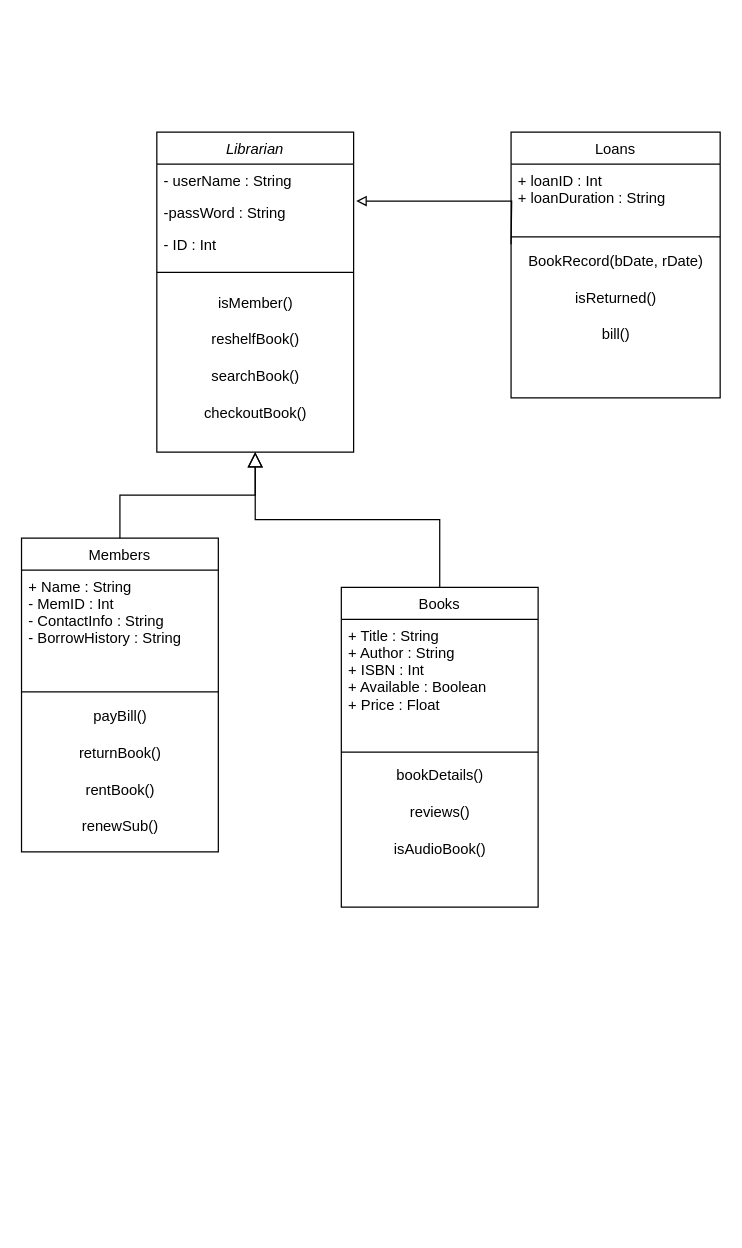
Twpendleton/ClassUMLDiagram keeps this draw.io diagram as Untitled Diagram.drawio. Above is the earlier version. Source tidied: cells renumbered, new cells numbered last; positions are measured from the earlier drawing's top-left corner, leaving out a move shared by most shapes. Both pictures are drawn from the tidied source at 123%, with x=0, y=0 at pixel (21, 132).
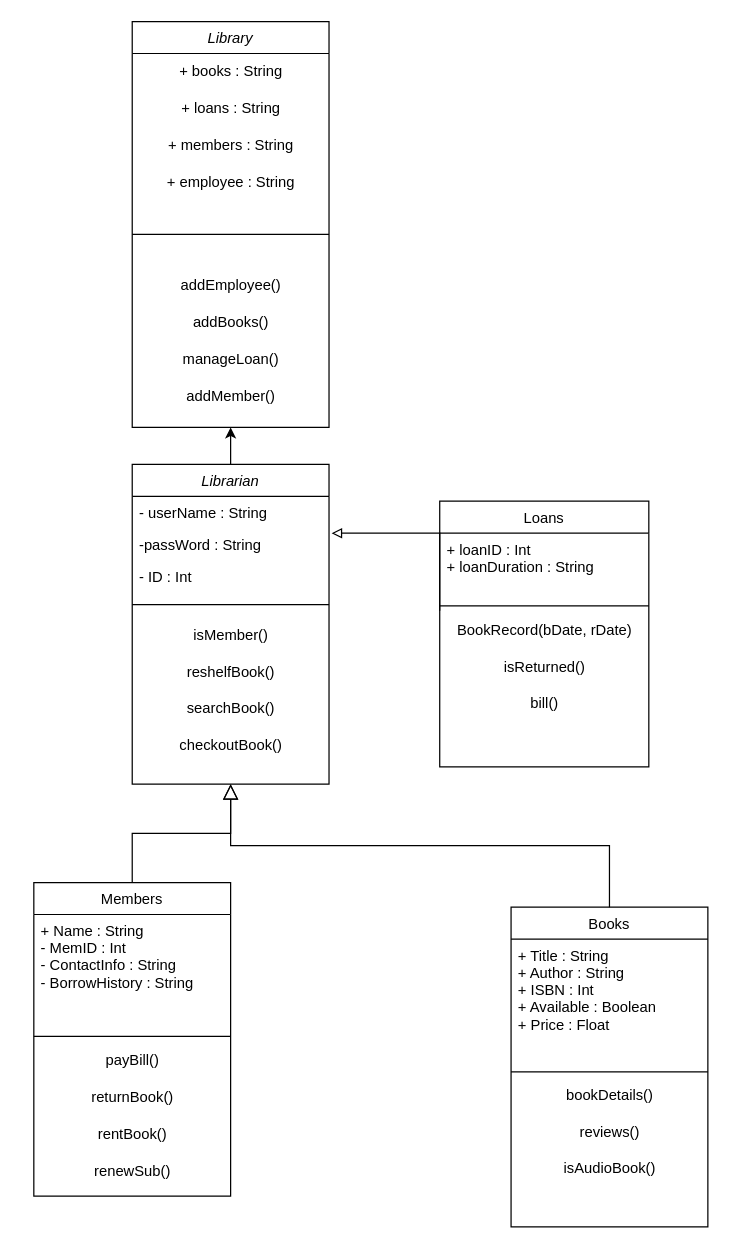
The same diagram, later.

The change refers to these unchanged cells:
```xml
<mxCell id="4" value="-passWord : String" style="text;align=left;verticalAlign=top;spacingLeft=4;spacingRight=4;overflow=hidden;points=[[0,0.5],[1,0.5]];portConstraint=eastwest;rounded=0;shadow=0;html=0;" parent="2" vertex="1">
  <mxGeometry y="52" width="160" height="26" as="geometry" />
</mxCell>
<mxCell id="29" value="BookRecord(bDate, rDate)" style="text;html=1;align=center;verticalAlign=middle;points=[];strokeColor=none;fillColor=none;" parent="26" vertex="1">
  <mxGeometry y="90" width="170" height="30" as="geometry" />
</mxCell>
```

What changed in the source:
```diff
@@
+    <mxCell id="33" style="edgeStyle=orthogonalEdgeStyle;rounded=0;jettySize=auto;html=1;exitX=0.5;exitY=0;exitDx=0;exitDy=0;entryX=0.5;entryY=1;entryDx=0;entryDy=0;" parent="1" edge="1" source="2" target="34">
+      <mxGeometry relative="1" as="geometry" />
+    </mxCell>
     <mxCell id="2" value="Librarian" style="swimlane;fontStyle=2;align=center;verticalAlign=top;horizontal=1;startSize=26;rounded=0;shadow=0;strokeWidth=1;" parent="1" vertex="1">
-      <mxGeometry x="110" width="160" height="260" as="geometry" />
+      <mxGeometry x="90" y="270" width="160" height="260" as="geometry" />
     </mxCell>
@@
     <mxCell id="11" value="Members" style="swimlane;fontStyle=0;align=center;verticalAlign=top;horizontal=1;startSize=26;rounded=0;shadow=0;strokeWidth=1;" parent="1" vertex="1">
-      <mxGeometry y="330" width="160" height="255" as="geometry" />
+      <mxGeometry x="10" y="610" width="160" height="255" as="geometry" />
     </mxCell>
@@
     <mxCell id="19" value="Books" style="swimlane;fontStyle=0;align=center;verticalAlign=top;horizontal=1;startSize=26;rounded=0;shadow=0;strokeWidth=1;" parent="1" vertex="1">
-      <mxGeometry x="260" y="370" width="160" height="260" as="geometry" />
+      <mxGeometry x="398" y="630" width="160" height="260" as="geometry" />
     </mxCell>
@@
     <mxCell id="26" value="Loans" style="swimlane;fontStyle=0;align=center;verticalAlign=top;horizontal=1;startSize=26;rounded=0;shadow=0;strokeWidth=1;" parent="1" vertex="1">
-      <mxGeometry x="398" width="170" height="216" as="geometry" />
+      <mxGeometry x="340" y="300" width="170" height="216" as="geometry" />
     </mxCell>
@@
-    <mxCell id="32" style="edgeStyle=orthogonalEdgeStyle;rounded=0;jettySize=auto;html=1;exitX=0;exitY=0.5;exitDx=0;exitDy=0;entryX=1.013;entryY=0.154;entryDx=0;entryDy=0;entryPerimeter=0;endArrow=block;endFill=0;" parent="1" edge="1" target="4">
-      <mxGeometry relative="1" as="geometry">
-        <mxPoint x="398" y="91" as="sourcePoint" />
-      </mxGeometry>
+    <mxCell id="32" style="edgeStyle=orthogonalEdgeStyle;rounded=0;jettySize=auto;html=1;entryX=1.013;entryY=0.154;entryDx=0;entryDy=0;entryPerimeter=0;endArrow=block;endFill=0;exitX=0;exitY=-0.033;exitDx=0;exitDy=0;exitPerimeter=0;" parent="1" edge="1" source="29" target="4">
+      <mxGeometry relative="1" as="geometry" />
     </mxCell>
+    <mxCell id="34" value="Library" style="swimlane;fontStyle=2;align=center;verticalAlign=top;horizontal=1;startSize=26;rounded=0;shadow=0;strokeWidth=1;" parent="1" vertex="1">
+      <mxGeometry x="90" y="-90" width="160" height="330" as="geometry" />
+    </mxCell>
+    <mxCell id="35" value="+ books : String" style="text;html=1;align=center;verticalAlign=middle;strokeColor=none;fillColor=none;" parent="34" vertex="1">
+      <mxGeometry y="26" width="160" height="30" as="geometry" />
+    </mxCell>
+    <mxCell id="36" value="+ loans : String" style="text;html=1;align=center;verticalAlign=middle;strokeColor=none;fillColor=none;" parent="34" vertex="1">
+      <mxGeometry y="56" width="160" height="30" as="geometry" />
+    </mxCell>
+    <mxCell id="37" value="+ members : String" style="text;html=1;align=center;verticalAlign=middle;strokeColor=none;fillColor=none;" parent="34" vertex="1">
+      <mxGeometry y="86" width="160" height="30" as="geometry" />
+    </mxCell>
+    <mxCell id="38" value="+ employee : String" style="text;html=1;align=center;verticalAlign=middle;strokeColor=none;fillColor=none;" parent="34" vertex="1">
+      <mxGeometry y="116" width="160" height="30" as="geometry" />
+    </mxCell>
+    <mxCell id="39" style="line;html=1;strokeWidth=1;align=left;verticalAlign=middle;spacingTop=-1;spacingLeft=3;spacingRight=3;labelPosition=right;" parent="34" vertex="1">
+      <mxGeometry y="146" width="160" height="54" as="geometry" />
+    </mxCell>
+    <mxCell id="40" value="addEmployee()" style="text;html=1;align=center;verticalAlign=middle;strokeColor=none;fillColor=none;" parent="34" vertex="1">
+      <mxGeometry y="200" width="160" height="30" as="geometry" />
+    </mxCell>
+    <mxCell id="41" value="addBooks()" style="text;html=1;align=center;verticalAlign=middle;strokeColor=none;fillColor=none;" parent="34" vertex="1">
+      <mxGeometry y="230" width="160" height="30" as="geometry" />
+    </mxCell>
+    <mxCell id="42" value="manageLoan()" style="text;html=1;align=center;verticalAlign=middle;strokeColor=none;fillColor=none;" parent="34" vertex="1">
+      <mxGeometry y="260" width="160" height="30" as="geometry" />
+    </mxCell>
+    <mxCell id="43" value="addMember()" style="text;html=1;align=center;verticalAlign=middle;strokeColor=none;fillColor=none;" parent="34" vertex="1">
+      <mxGeometry y="290" width="160" height="30" as="geometry" />
+    </mxCell>
```
